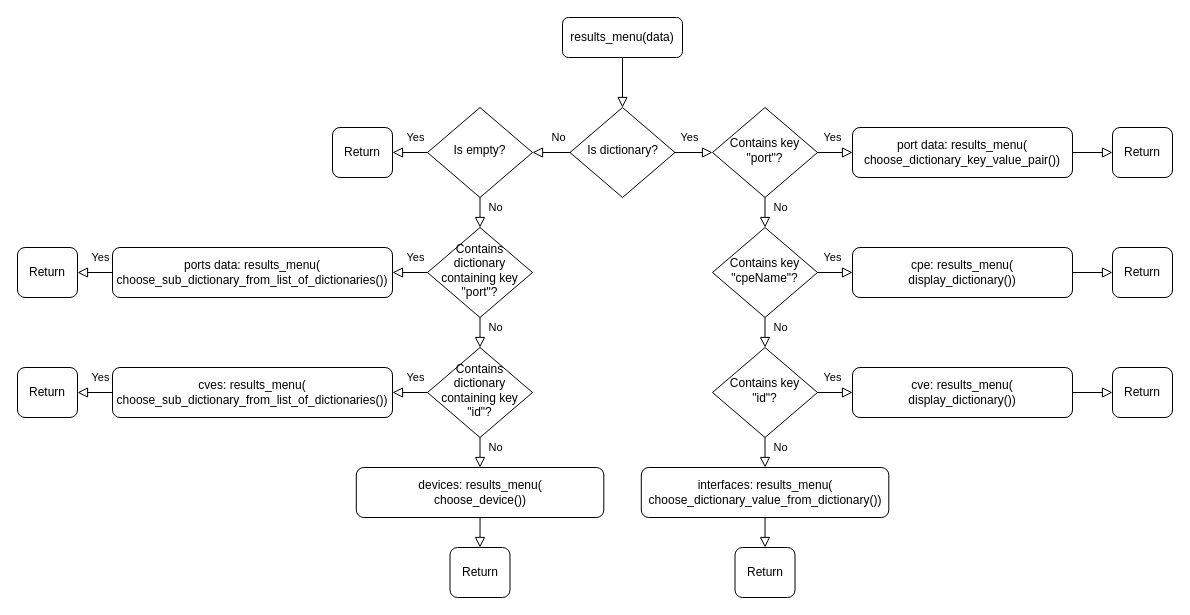
CocytusDEDI/NSVS keeps this draw.io diagram as docs/results_menu_data_checking_flowchart.drawio. Above is the earlier version. Source tidied: cells renumbered, new cells numbered last; positions are measured from the earlier drawing's top-left corner, leaving out a move shared by most shapes. Both pictures are drawn from the tidied source at 100%, with x=0, y=0 at pixel (17, 17).
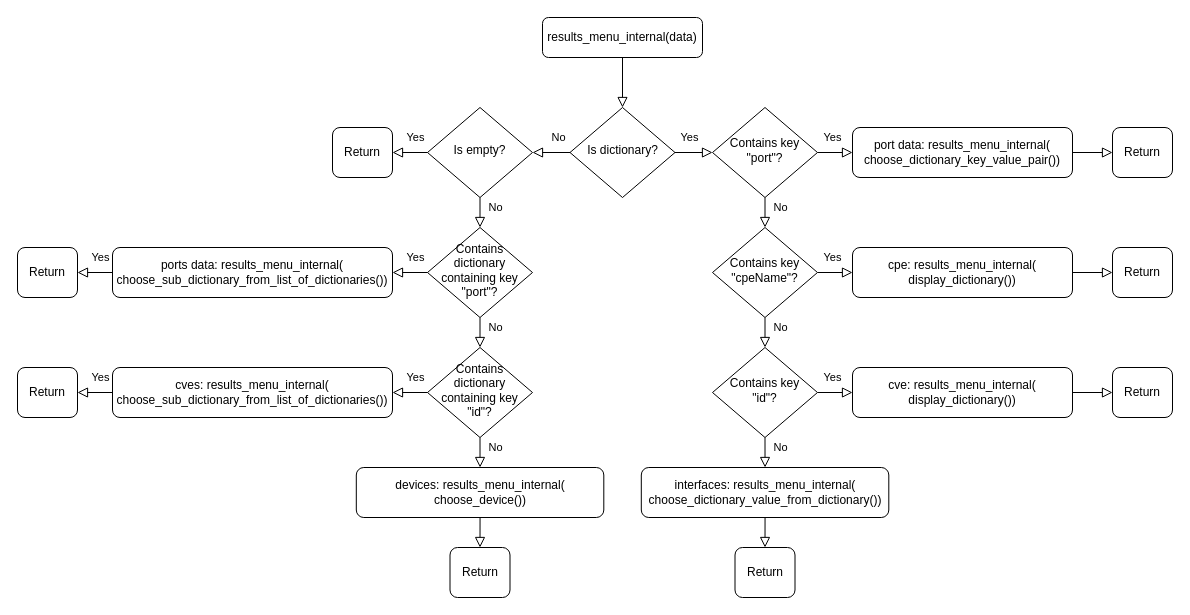
The same diagram, later.

Commit message:
Changing results menu documentation to reflect new code

Change to the diagram source:
```diff
@@
-    <mxCell id="3" value="results_menu(data)" style="rounded=1;whiteSpace=wrap;html=1;fontSize=12;glass=0;strokeWidth=1;shadow=0;" parent="1" vertex="1">
-      <mxGeometry x="545" width="120" height="40" as="geometry" />
+    <mxCell id="3" value="results_menu_internal(data)" style="rounded=1;whiteSpace=wrap;html=1;fontSize=12;glass=0;strokeWidth=1;shadow=0;" parent="1" vertex="1">
+      <mxGeometry x="525" width="160" height="40" as="geometry" />
     </mxCell>
@@
-    <mxCell id="7" value="&lt;div&gt;port data: results_menu( &lt;br&gt;&lt;/div&gt;&lt;div&gt;choose_dictionary_key_value_pair())&lt;br&gt;&lt;/div&gt;" style="rounded=1;whiteSpace=wrap;html=1;" parent="1" vertex="1">
+    <mxCell id="7" value="&lt;div&gt;port data: results_menu_internal( &lt;br&gt;&lt;/div&gt;&lt;div&gt;choose_dictionary_key_value_pair())&lt;br&gt;&lt;/div&gt;" style="rounded=1;whiteSpace=wrap;html=1;" parent="1" vertex="1">
       <mxGeometry x="835" y="110" width="220" height="50" as="geometry" />
     </mxCell>
@@
-    <mxCell id="10" value="&lt;div&gt;cpe: results_menu(&lt;br&gt;&lt;/div&gt;&lt;div&gt;display_dictionary())&lt;/div&gt;" style="rounded=1;whiteSpace=wrap;html=1;" parent="1" vertex="1">
+    <mxCell id="10" value="&lt;div&gt;cpe: results_menu_internal(&lt;br&gt;&lt;/div&gt;&lt;div&gt;display_dictionary())&lt;/div&gt;" style="rounded=1;whiteSpace=wrap;html=1;" parent="1" vertex="1">
       <mxGeometry x="835" y="230" width="220" height="50" as="geometry" />
     </mxCell>
@@
-    <mxCell id="16" value="&lt;div&gt;cve: results_menu(&lt;br&gt;&lt;/div&gt;&lt;div&gt;display_dictionary())&lt;/div&gt;" style="rounded=1;whiteSpace=wrap;html=1;" parent="1" vertex="1">
+    <mxCell id="16" value="&lt;div&gt;cve: results_menu_internal(&lt;br&gt;&lt;/div&gt;&lt;div&gt;display_dictionary())&lt;/div&gt;" style="rounded=1;whiteSpace=wrap;html=1;" parent="1" vertex="1">
       <mxGeometry x="835" y="350" width="220" height="50" as="geometry" />
     </mxCell>
-    <mxCell id="17" value="&lt;div&gt;interfaces: results_menu(&lt;br&gt;&lt;/div&gt;&lt;div&gt;choose_dictionary_value_from_dictionary())&lt;/div&gt;" style="rounded=1;whiteSpace=wrap;html=1;" parent="1" vertex="1">
+    <mxCell id="17" value="&lt;div&gt;interfaces: results_menu_internal(&lt;br&gt;&lt;/div&gt;&lt;div&gt;choose_dictionary_value_from_dictionary())&lt;/div&gt;" style="rounded=1;whiteSpace=wrap;html=1;" parent="1" vertex="1">
       <mxGeometry x="623.8" y="450" width="247.5" height="50" as="geometry" />
     </mxCell>
@@
-    <mxCell id="21" value="&lt;div&gt;ports data: results_menu(&lt;br&gt;&lt;/div&gt;&lt;div&gt;choose_sub_dictionary_from_list_of_dictionaries())&lt;br&gt;&lt;/div&gt;" style="rounded=1;whiteSpace=wrap;html=1;" parent="1" vertex="1">
+    <mxCell id="21" value="&lt;div&gt;ports data: results_menu_internal(&lt;br&gt;&lt;/div&gt;&lt;div&gt;choose_sub_dictionary_from_list_of_dictionaries())&lt;br&gt;&lt;/div&gt;" style="rounded=1;whiteSpace=wrap;html=1;" parent="1" vertex="1">
       <mxGeometry x="95" y="230" width="280" height="50" as="geometry" />
     </mxCell>
@@
-    <mxCell id="40" value="&lt;div&gt;devices: results_menu(&lt;br&gt;&lt;/div&gt;&lt;div&gt;choose_device())&lt;/div&gt;" style="rounded=1;whiteSpace=wrap;html=1;" parent="1" vertex="1">
+    <mxCell id="40" value="&lt;div&gt;devices: results_menu_internal(&lt;br&gt;&lt;/div&gt;&lt;div&gt;choose_device())&lt;/div&gt;" style="rounded=1;whiteSpace=wrap;html=1;" parent="1" vertex="1">
       <mxGeometry x="338.8" y="450" width="247.5" height="50" as="geometry" />
     </mxCell>
@@
-    <mxCell id="44" value="&lt;div&gt;cves: results_menu(&lt;br&gt;&lt;/div&gt;&lt;div&gt;choose_sub_dictionary_from_list_of_dictionaries())&lt;br&gt;&lt;/div&gt;" style="rounded=1;whiteSpace=wrap;html=1;" parent="1" vertex="1">
+    <mxCell id="44" value="&lt;div&gt;cves: results_menu_internal(&lt;br&gt;&lt;/div&gt;&lt;div&gt;choose_sub_dictionary_from_list_of_dictionaries())&lt;br&gt;&lt;/div&gt;" style="rounded=1;whiteSpace=wrap;html=1;" parent="1" vertex="1">
       <mxGeometry x="95" y="350" width="280" height="50" as="geometry" />
     </mxCell>
```
